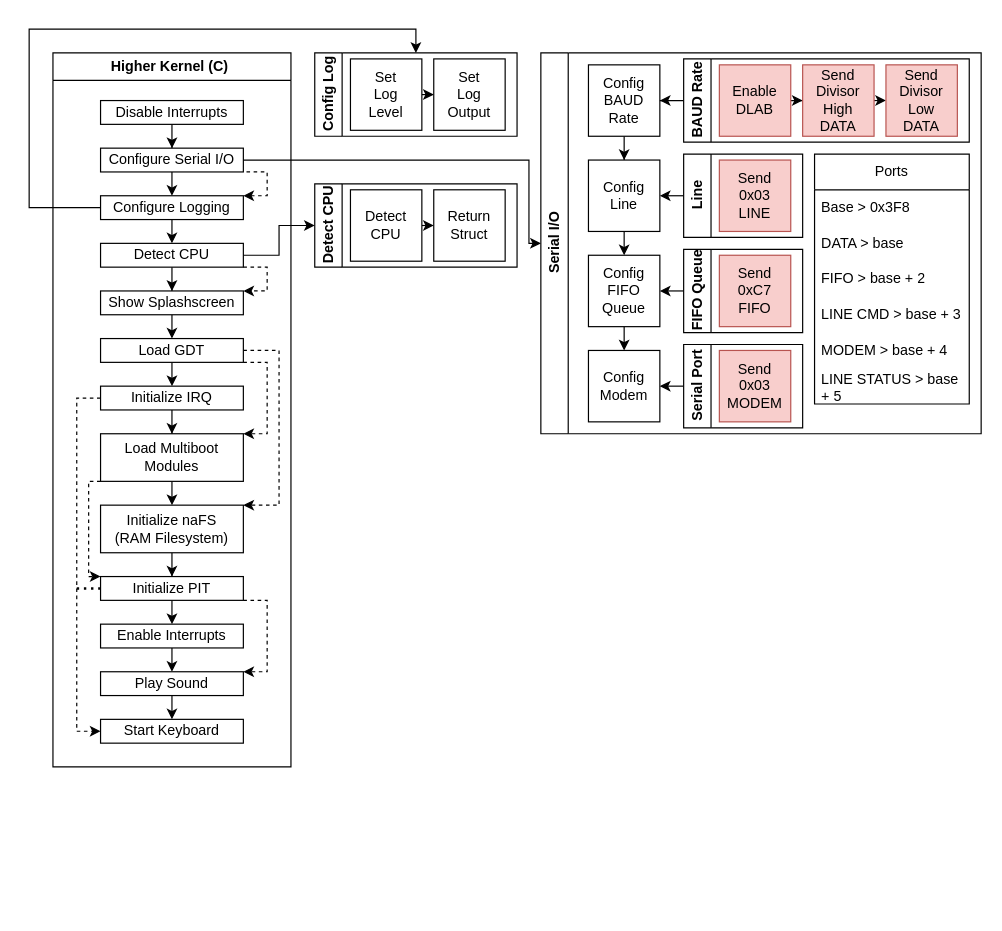
Before: page "C Kernel" (2 of 4) of naOS.drawio in noaether/naOS, a draw.io diagram. Source tidied: cells renumbered, new cells numbered last; positions are measured from the earlier drawing's top-left corner, leaving out a move shared by most shapes. Both pictures are drawn from the tidied source at 119%, with x=0, y=0 at pixel (29, 29).
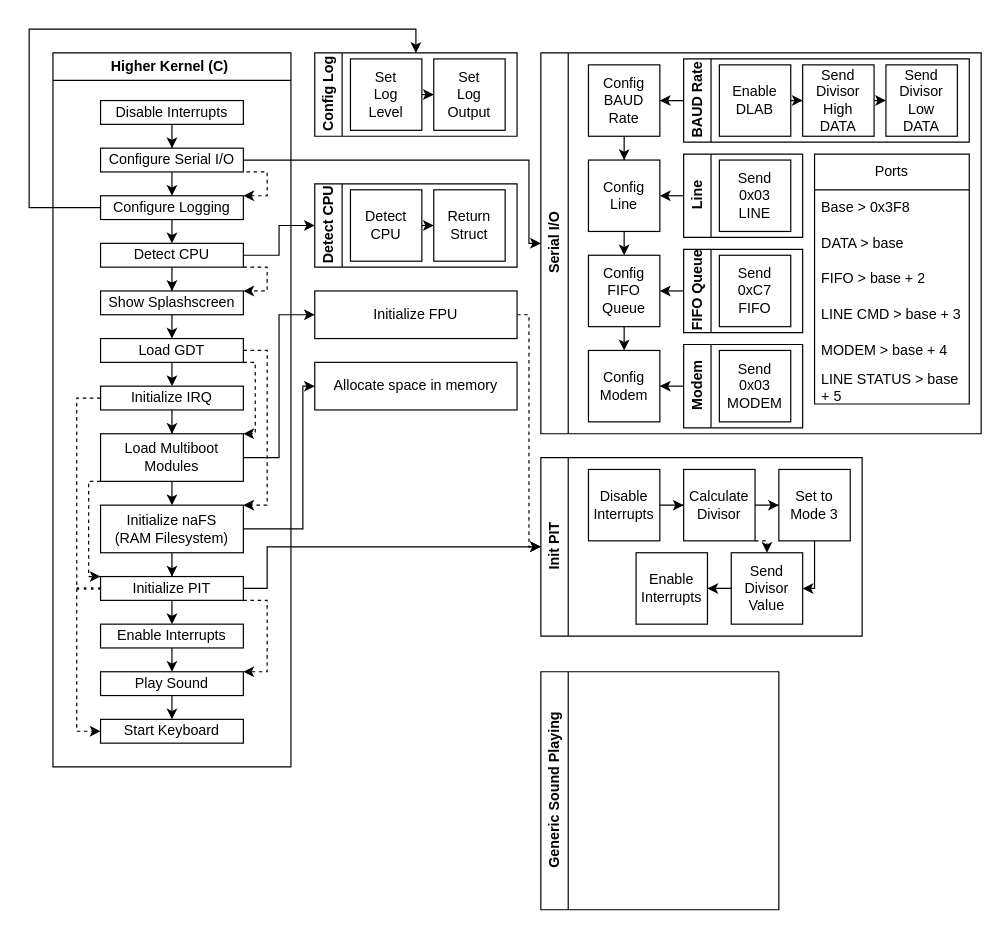
After the change.

Unchanged cells that the change refers to:
```xml
<mxCell id="2" value="Higher Kernel (C)&amp;nbsp;" style="swimlane;whiteSpace=wrap;html=1;" parent="1" vertex="1">
  <mxGeometry x="20" y="20" width="200" height="600" as="geometry" />
</mxCell>
<mxCell id="17" value="Load Multiboot Modules" style="rounded=0;whiteSpace=wrap;html=1;" parent="2" vertex="1">
  <mxGeometry x="40" y="320" width="120" height="40" as="geometry" />
</mxCell>
<mxCell id="19" value="Initialize naFS&lt;br&gt;(RAM Filesystem)" style="rounded=0;whiteSpace=wrap;html=1;" parent="2" vertex="1">
  <mxGeometry x="40" y="380" width="120" height="40" as="geometry" />
</mxCell>
<mxCell id="22" value="Initialize PIT" style="rounded=0;whiteSpace=wrap;html=1;" parent="2" vertex="1">
  <mxGeometry x="40" y="440" width="120" height="20" as="geometry" />
</mxCell>
<mxCell id="31" value="Load GDT" style="rounded=0;whiteSpace=wrap;html=1;" parent="2" vertex="1">
  <mxGeometry x="40" y="240" width="120" height="20" as="geometry" />
</mxCell>
<mxCell id="36" value="Serial I/O" style="swimlane;horizontal=0;whiteSpace=wrap;html=1;" parent="1" vertex="1">
  <mxGeometry x="430" y="20" width="370" height="320" as="geometry" />
</mxCell>
<mxCell id="45" value="BAUD Rate" style="swimlane;horizontal=0;whiteSpace=wrap;html=1;" parent="36" vertex="1">
  <mxGeometry x="120" y="5" width="240" height="70" as="geometry" />
</mxCell>
<mxCell id="52" value="Line" style="swimlane;horizontal=0;whiteSpace=wrap;html=1;" parent="36" vertex="1">
  <mxGeometry x="120" y="85" width="100" height="70" as="geometry" />
</mxCell>
<mxCell id="55" value="FIFO Queue" style="swimlane;horizontal=0;whiteSpace=wrap;html=1;" parent="36" vertex="1">
  <mxGeometry x="120" y="165" width="100" height="70" as="geometry" />
</mxCell>
```

What changed in the source:
```diff
@@
     <mxCell id="29" style="edgeStyle=orthogonalEdgeStyle;rounded=0;jettySize=auto;html=1;exitX=1;exitY=1;exitDx=0;exitDy=0;entryX=1;entryY=0;entryDx=0;entryDy=0;dashed=1;" parent="2" edge="1" source="31" target="17">
       <mxGeometry relative="1" as="geometry">
         <Array as="points">
-          <mxPoint x="180" y="260" />
-          <mxPoint x="180" y="320" />
+          <mxPoint x="170" y="260" />
+          <mxPoint x="170" y="320" />
         </Array>
       </mxGeometry>
     </mxCell>
     <mxCell id="30" style="edgeStyle=orthogonalEdgeStyle;rounded=0;jettySize=auto;html=1;exitX=1;exitY=0.5;exitDx=0;exitDy=0;entryX=1;entryY=0;entryDx=0;entryDy=0;dashed=1;" parent="2" edge="1" source="31" target="19">
       <mxGeometry relative="1" as="geometry">
         <Array as="points">
-          <mxPoint x="190" y="250" />
-          <mxPoint x="190" y="380" />
+          <mxPoint x="180" y="250" />
+          <mxPoint x="180" y="380" />
         </Array>
       </mxGeometry>
     </mxCell>
@@
-    <mxCell id="47" value="Enable&lt;br&gt;DLAB" style="rounded=0;whiteSpace=wrap;html=1;fillColor=#f8cecc;strokeColor=#b85450;" parent="45" vertex="1">
+    <mxCell id="47" value="Enable&lt;br&gt;DLAB" style="rounded=0;whiteSpace=wrap;html=1;" parent="45" vertex="1">
       <mxGeometry x="30" y="5" width="60" height="60" as="geometry" />
     </mxCell>
@@
-    <mxCell id="49" value="Send Divisor&lt;br&gt;High&lt;br&gt;DATA" style="rounded=0;whiteSpace=wrap;html=1;fillColor=#f8cecc;strokeColor=#b85450;" parent="45" vertex="1">
+    <mxCell id="49" value="Send Divisor&lt;br&gt;High&lt;br&gt;DATA" style="rounded=0;whiteSpace=wrap;html=1;" parent="45" vertex="1">
       <mxGeometry x="100" y="5" width="60" height="60" as="geometry" />
     </mxCell>
-    <mxCell id="50" value="Send Divisor&lt;br&gt;Low&lt;br&gt;DATA" style="rounded=0;whiteSpace=wrap;html=1;fillColor=#f8cecc;strokeColor=#b85450;" parent="45" vertex="1">
+    <mxCell id="50" value="Send Divisor&lt;br&gt;Low&lt;br&gt;DATA" style="rounded=0;whiteSpace=wrap;html=1;" parent="45" vertex="1">
       <mxGeometry x="170" y="5" width="60" height="60" as="geometry" />
     </mxCell>
@@
-    <mxCell id="53" value="Send&lt;br&gt;0x03&lt;br&gt;LINE" style="rounded=0;whiteSpace=wrap;html=1;fillColor=#f8cecc;strokeColor=#b85450;" parent="52" vertex="1">
+    <mxCell id="53" value="Send&lt;br&gt;0x03&lt;br&gt;LINE" style="rounded=0;whiteSpace=wrap;html=1;" parent="52" vertex="1">
       <mxGeometry x="30" y="5" width="60" height="60" as="geometry" />
     </mxCell>
@@
-    <mxCell id="56" value="Send&lt;br&gt;0xC7&lt;br&gt;FIFO" style="rounded=0;whiteSpace=wrap;html=1;fillColor=#f8cecc;strokeColor=#b85450;" parent="55" vertex="1">
+    <mxCell id="56" value="Send&lt;br&gt;0xC7&lt;br&gt;FIFO" style="rounded=0;whiteSpace=wrap;html=1;" parent="55" vertex="1">
       <mxGeometry x="30" y="5" width="60" height="60" as="geometry" />
     </mxCell>
@@
-    <mxCell id="58" value="Serial Port" style="swimlane;horizontal=0;whiteSpace=wrap;html=1;" parent="36" vertex="1">
+    <mxCell id="58" value="Modem" style="swimlane;horizontal=0;whiteSpace=wrap;html=1;" parent="36" vertex="1">
       <mxGeometry x="120" y="245" width="100" height="70" as="geometry" />
     </mxCell>
-    <mxCell id="59" value="Send&lt;br&gt;0x03&lt;br&gt;MODEM" style="rounded=0;whiteSpace=wrap;html=1;fillColor=#f8cecc;strokeColor=#b85450;" parent="58" vertex="1">
+    <mxCell id="59" value="Send&lt;br&gt;0x03&lt;br&gt;MODEM" style="rounded=0;whiteSpace=wrap;html=1;" parent="58" vertex="1">
       <mxGeometry x="30" y="5" width="60" height="60" as="geometry" />
     </mxCell>
@@
+    <mxCell id="78" value="Allocate space in memory" style="whiteSpace=wrap;html=1;rounded=0;" parent="1" vertex="1">
+      <mxGeometry x="240" y="280" width="170" height="40" as="geometry" />
+    </mxCell>
+    <mxCell id="79" style="edgeStyle=orthogonalEdgeStyle;rounded=0;jettySize=auto;html=1;" parent="1" edge="1" source="19" target="78">
+      <mxGeometry relative="1" as="geometry">
+        <Array as="points">
+          <mxPoint x="230" y="420" />
+          <mxPoint x="230" y="300" />
+        </Array>
+      </mxGeometry>
+    </mxCell>
+    <mxCell id="80" style="edgeStyle=orthogonalEdgeStyle;rounded=0;jettySize=auto;html=1;entryX=0;entryY=0.5;entryDx=0;entryDy=0;dashed=1;" parent="1" edge="1" source="81" target="83">
+      <mxGeometry relative="1" as="geometry">
+        <Array as="points">
+          <mxPoint x="420" y="240" />
+          <mxPoint x="420" y="435" />
+        </Array>
+      </mxGeometry>
+    </mxCell>
+    <mxCell id="81" value="Initialize FPU" style="whiteSpace=wrap;html=1;rounded=0;" parent="1" vertex="1">
+      <mxGeometry x="240" y="220" width="170" height="40" as="geometry" />
+    </mxCell>
+    <mxCell id="82" style="edgeStyle=orthogonalEdgeStyle;rounded=0;jettySize=auto;html=1;entryX=0;entryY=0.5;entryDx=0;entryDy=0;" parent="1" edge="1" source="17" target="81">
+      <mxGeometry relative="1" as="geometry">
+        <Array as="points">
+          <mxPoint x="210" y="360" />
+          <mxPoint x="210" y="240" />
+        </Array>
+      </mxGeometry>
+    </mxCell>
+    <mxCell id="83" value="Init PIT" style="swimlane;horizontal=0;whiteSpace=wrap;html=1;" parent="1" vertex="1">
+      <mxGeometry x="430" y="360" width="270" height="150" as="geometry" />
+    </mxCell>
+    <mxCell id="84" style="edgeStyle=orthogonalEdgeStyle;rounded=0;jettySize=auto;html=1;entryX=0;entryY=0.5;entryDx=0;entryDy=0;" parent="83" edge="1" source="85" target="88">
+      <mxGeometry relative="1" as="geometry" />
+    </mxCell>
+    <mxCell id="85" value="Disable&lt;br&gt;Interrupts" style="rounded=0;whiteSpace=wrap;html=1;comic=0;" parent="83" vertex="1">
+      <mxGeometry x="40" y="10" width="60" height="60" as="geometry" />
+    </mxCell>
+    <mxCell id="86" style="edgeStyle=orthogonalEdgeStyle;rounded=0;jettySize=auto;html=1;entryX=0;entryY=0.5;entryDx=0;entryDy=0;" parent="83" edge="1" source="88" target="90">
+      <mxGeometry relative="1" as="geometry" />
+    </mxCell>
+    <mxCell id="87" style="edgeStyle=orthogonalEdgeStyle;rounded=0;jettySize=auto;html=1;exitX=1;exitY=1;exitDx=0;exitDy=0;entryX=0.5;entryY=0;entryDx=0;entryDy=0;dashed=1;" parent="83" edge="1" source="88" target="92">
+      <mxGeometry relative="1" as="geometry" />
+    </mxCell>
+    <mxCell id="88" value="Calculate Divisor" style="rounded=0;whiteSpace=wrap;html=1;" parent="83" vertex="1">
+      <mxGeometry x="120" y="10" width="60" height="60" as="geometry" />
+    </mxCell>
+    <mxCell id="89" style="edgeStyle=orthogonalEdgeStyle;rounded=0;jettySize=auto;html=1;entryX=1;entryY=0.5;entryDx=0;entryDy=0;" parent="83" edge="1" source="90" target="92">
+      <mxGeometry relative="1" as="geometry">
+        <Array as="points">
+          <mxPoint x="230" y="110" />
+        </Array>
+      </mxGeometry>
+    </mxCell>
+    <mxCell id="90" value="Set to Mode 3" style="rounded=0;whiteSpace=wrap;html=1;" parent="83" vertex="1">
+      <mxGeometry x="200" y="10" width="60" height="60" as="geometry" />
+    </mxCell>
+    <mxCell id="91" style="edgeStyle=orthogonalEdgeStyle;rounded=0;jettySize=auto;html=1;entryX=1;entryY=0.5;entryDx=0;entryDy=0;" parent="83" edge="1" source="92" target="93">
+      <mxGeometry relative="1" as="geometry" />
+    </mxCell>
+    <mxCell id="92" value="Send Divisor Value" style="rounded=0;whiteSpace=wrap;html=1;" parent="83" vertex="1">
+      <mxGeometry x="160" y="80" width="60" height="60" as="geometry" />
+    </mxCell>
+    <mxCell id="93" value="Enable Interrupts" style="rounded=0;whiteSpace=wrap;html=1;" parent="83" vertex="1">
+      <mxGeometry x="80" y="80" width="60" height="60" as="geometry" />
+    </mxCell>
+    <mxCell id="94" style="edgeStyle=orthogonalEdgeStyle;rounded=0;jettySize=auto;html=1;entryX=0;entryY=0.5;entryDx=0;entryDy=0;" parent="1" edge="1" source="22" target="83">
+      <mxGeometry relative="1" as="geometry">
+        <Array as="points">
+          <mxPoint x="200" y="470" />
+          <mxPoint x="200" y="435" />
+        </Array>
+      </mxGeometry>
+    </mxCell>
+    <mxCell id="95" value="Generic Sound Playing" style="swimlane;horizontal=0;whiteSpace=wrap;html=1;" parent="1" vertex="1">
+      <mxGeometry x="430" y="540" width="200" height="200" as="geometry" />
+    </mxCell>
```
